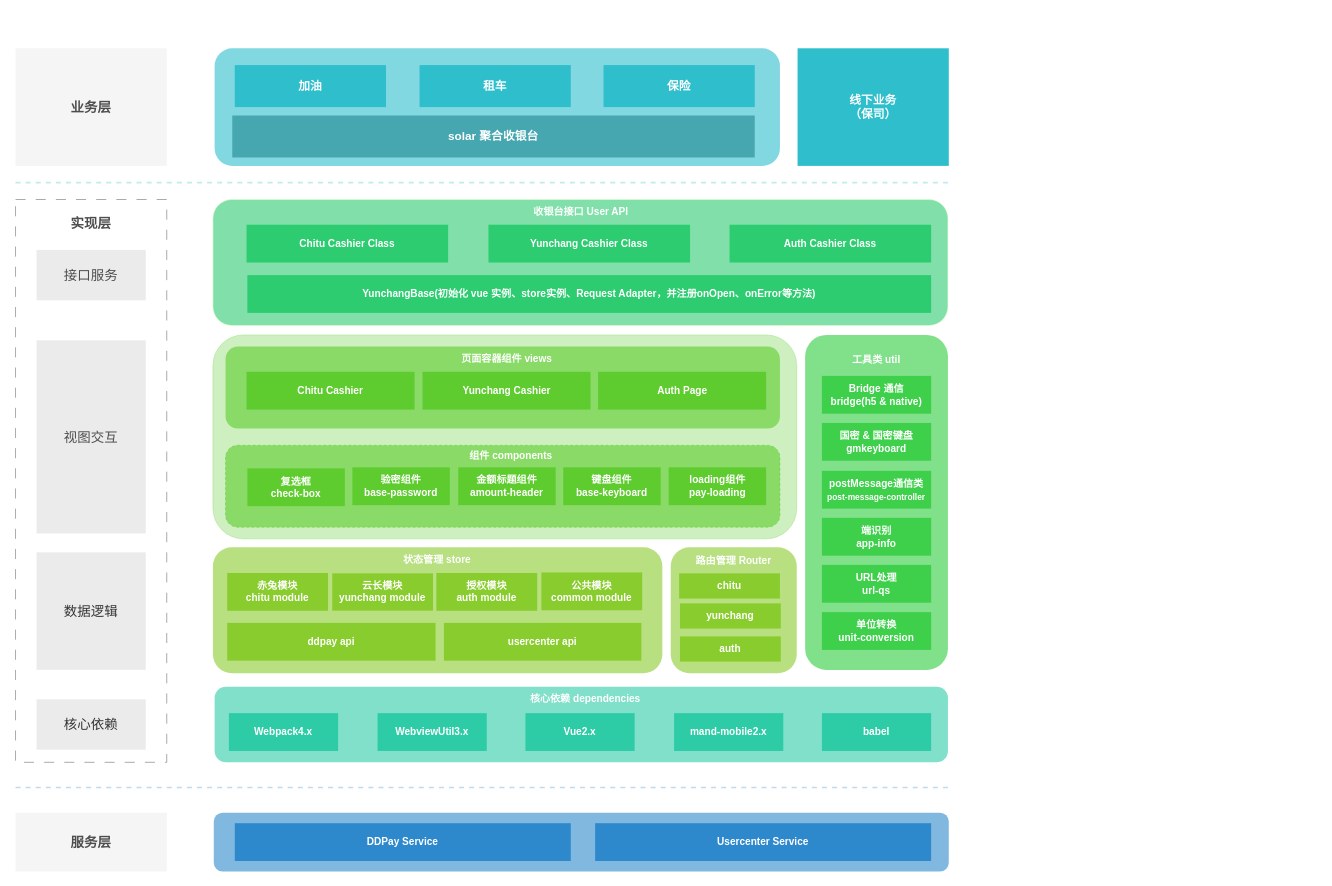
Earlier version of the draw.io diagram book/未命名绘图.drawio (chengkj99/book). Source tidied: cells renumbered, new cells numbered last; positions are measured from the earlier drawing's top-left corner, leaving out a move shared by most shapes. Both pictures are drawn from the tidied source at 84%, with x=0, y=0 at pixel (15, 48).
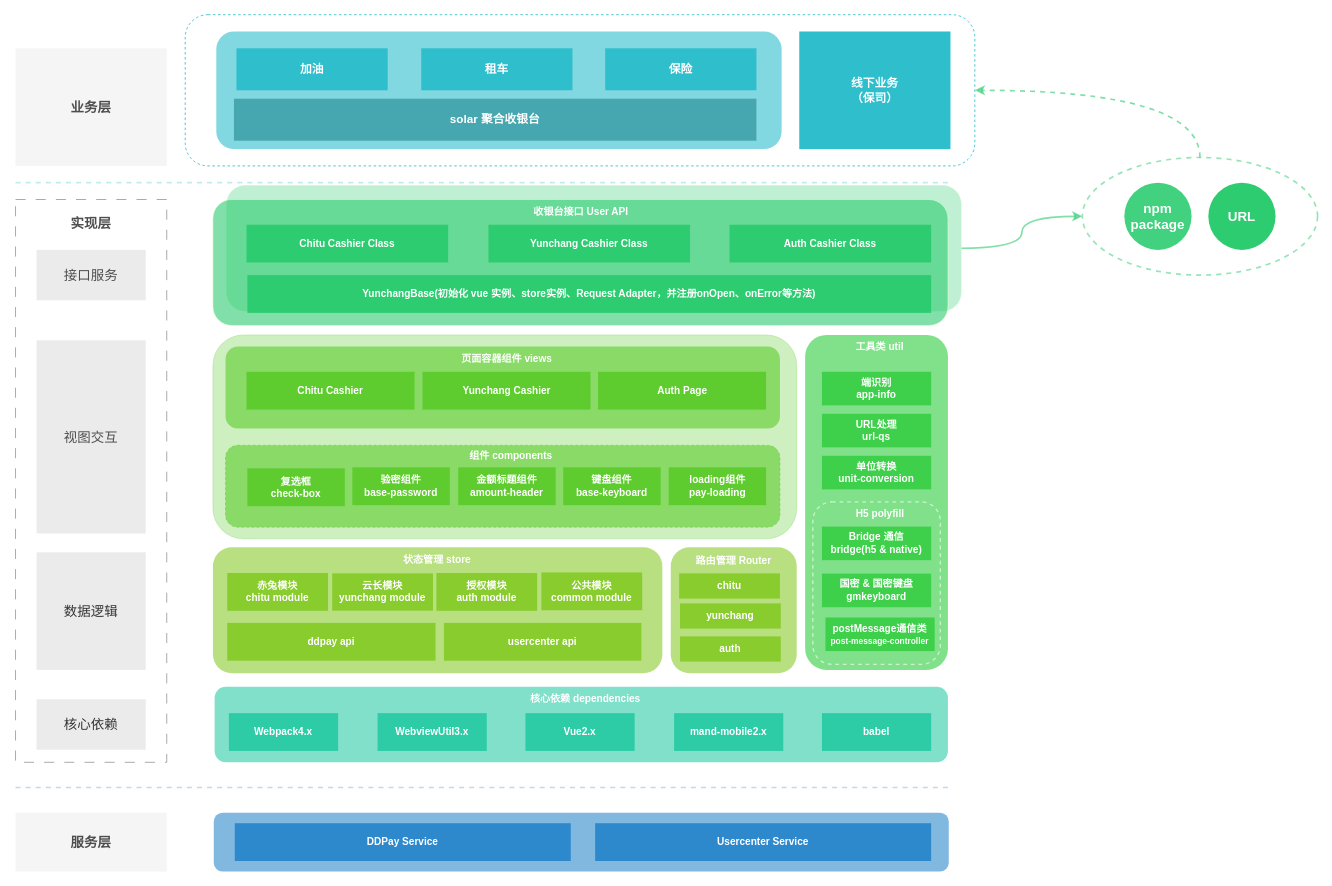
The same page after the edit.

The edit, as a diff of the source:
```diff
@@
+    <mxCell id="3" style="rounded=1;whiteSpace=wrap;html=1;fillColor=#2ecc3c;dashed=1;labelBackgroundColor=none;strokeColor=none;opacity=60;" parent="1" vertex="1">
+      <mxGeometry x="940" y="341.2" width="170" height="398.8" as="geometry" />
+    </mxCell>
+    <mxCell id="68" style="rounded=1;whiteSpace=wrap;html=1;fillColor=none;dashed=1;labelBackgroundColor=none;strokeColor=#FFFFFF;opacity=60;strokeWidth=1.5;" parent="1" vertex="1">
+      <mxGeometry x="949.2" y="540" width="151.7" height="193.5" as="geometry" />
+    </mxCell>
+    <mxCell id="69" style="rounded=1;whiteSpace=wrap;html=1;fillColor=none;dashed=1;strokeColor=#2EBECC;" parent="1" vertex="1">
+      <mxGeometry x="202" y="-40" width="940" height="180" as="geometry" />
+    </mxCell>
+    <mxCell id="70" style="edgeStyle=orthogonalEdgeStyle;rounded=0;jettySize=auto;html=1;exitX=0.5;exitY=0;exitDx=0;exitDy=0;entryX=1;entryY=0.5;entryDx=0;entryDy=0;curved=1;strokeColor=#2ECC71;dashed=1;strokeWidth=2;opacity=60;" parent="1" edge="1" source="71" target="69">
+      <mxGeometry relative="1" as="geometry" />
+    </mxCell>
+    <mxCell id="71" style="ellipse;whiteSpace=wrap;html=1;fillColor=none;dashed=1;strokeColor=#2ECC71;fontColor=#2ECC71;opacity=50;strokeWidth=2;" parent="1" vertex="1">
+      <mxGeometry x="1270" y="130" width="280" height="140" as="geometry" />
+    </mxCell>
+    <mxCell id="72" style="edgeStyle=orthogonalEdgeStyle;rounded=0;jettySize=auto;html=1;exitX=1;exitY=0.5;exitDx=0;exitDy=0;strokeColor=#2ECC71;entryX=0;entryY=0.5;entryDx=0;entryDy=0;curved=1;strokeWidth=2;opacity=60;" parent="1" edge="1" source="73" target="71">
+      <mxGeometry relative="1" as="geometry" />
+    </mxCell>
+    <mxCell id="73" style="rounded=1;whiteSpace=wrap;html=1;fillColor=#2ECC71;labelBackgroundColor=none;strokeColor=#E6FFCC;opacity=30;fontColor=#FFFFFF;fontStyle=1;" parent="1" vertex="1">
+      <mxGeometry x="251" y="163" width="875" height="150" as="geometry" />
+    </mxCell>
     <mxCell id="2" style="rounded=1;whiteSpace=wrap;html=1;fillColor=#2ebecc;dashed=1;labelBackgroundColor=none;strokeColor=none;opacity=60;" parent="1" vertex="1">
-      <mxGeometry x="237" width="673" height="140" as="geometry" />
+      <mxGeometry x="239" y="-20" width="673" height="140" as="geometry" />
     </mxCell>
-    <mxCell id="3" style="rounded=1;whiteSpace=wrap;html=1;fillColor=#2ecc3c;dashed=1;labelBackgroundColor=none;strokeColor=none;opacity=60;" parent="1" vertex="1">
-      <mxGeometry x="940" y="341.2" width="170" height="398.8" as="geometry" />
-    </mxCell>
     <mxCell id="4" value="工具类 util" style="text;html=1;strokeColor=none;fillColor=none;align=center;verticalAlign=middle;whiteSpace=wrap;rounded=0;labelBackgroundColor=none;fontColor=#FFFFFF;fontStyle=1;" parent="1" vertex="1">
-      <mxGeometry x="995" y="356.1" width="60" height="30" as="geometry" />
+      <mxGeometry x="999.2" y="341.2" width="60" height="30" as="geometry" />
     </mxCell>
     <mxCell id="5" value="国密 &amp;amp; 国密键盘&lt;br&gt;gmkeyboard" style="rounded=0;whiteSpace=wrap;html=1;labelBackgroundColor=none;fontColor=#FFFFFF;fontStyle=1;fillColor=#2ecc3c;strokeColor=none;opacity=80;" parent="1" vertex="1">
-      <mxGeometry x="960" y="446" width="130" height="45" as="geometry" />
+      <mxGeometry x="960" y="625.4" width="130" height="40" as="geometry" />
     </mxCell>
     <mxCell id="6" value="postMessage通信类&lt;br&gt;&lt;font style=&quot;font-size: 10px;&quot;&gt;post-message-controller&lt;/font&gt;" style="rounded=0;whiteSpace=wrap;html=1;labelBackgroundColor=none;fontColor=#FFFFFF;fontStyle=1;fillColor=#2ecc3c;strokeColor=none;opacity=80;" parent="1" vertex="1">
-      <mxGeometry x="960" y="503" width="130" height="45" as="geometry" />
+      <mxGeometry x="964.2" y="677.6" width="130" height="40" as="geometry" />
     </mxCell>
     <mxCell id="7" value="端识别&lt;br&gt;app-info" style="rounded=0;whiteSpace=wrap;html=1;labelBackgroundColor=none;fontColor=#FFFFFF;fontStyle=1;fillColor=#2ecc3c;strokeColor=none;opacity=80;" parent="1" vertex="1">
-      <mxGeometry x="960" y="559" width="130" height="45" as="geometry" />
+      <mxGeometry x="960" y="385.1" width="130" height="40" as="geometry" />
     </mxCell>
     <mxCell id="8" value="单位转换&lt;br&gt;unit-conversion" style="rounded=0;whiteSpace=wrap;html=1;labelBackgroundColor=none;fontColor=#FFFFFF;fontStyle=1;fillColor=#2ecc3c;strokeColor=none;opacity=80;" parent="1" vertex="1">
-      <mxGeometry x="960" y="671.2" width="130" height="45" as="geometry" />
+      <mxGeometry x="960" y="485.1" width="130" height="40" as="geometry" />
     </mxCell>
     <mxCell id="9" value="URL处理&lt;br&gt;url-qs" style="rounded=0;whiteSpace=wrap;html=1;labelBackgroundColor=none;fontColor=#FFFFFF;fontStyle=1;fillColor=#2ecc3c;strokeColor=none;opacity=80;" parent="1" vertex="1">
-      <mxGeometry x="960" y="615" width="130" height="45" as="geometry" />
+      <mxGeometry x="960" y="435.1" width="130" height="40" as="geometry" />
     </mxCell>
@@
     <mxCell id="16" value="加油" style="rounded=0;whiteSpace=wrap;html=1;labelBackgroundColor=none;fillColor=#2ebecc;strokeColor=none;fontSize=14;fontStyle=1;fontColor=#FFFFFF;" parent="1" vertex="1">
-      <mxGeometry x="261" y="20" width="180" height="50" as="geometry" />
+      <mxGeometry x="263" width="180" height="50" as="geometry" />
     </mxCell>
     <mxCell id="17" value="租车" style="rounded=0;whiteSpace=wrap;html=1;labelBackgroundColor=none;fillColor=#2ebecc;strokeColor=none;fontSize=14;fontStyle=1;fontColor=#FFFFFF;" parent="1" vertex="1">
-      <mxGeometry x="481" y="20" width="180" height="50" as="geometry" />
+      <mxGeometry x="483" width="180" height="50" as="geometry" />
     </mxCell>
     <mxCell id="18" value="保险" style="rounded=0;whiteSpace=wrap;html=1;labelBackgroundColor=none;fillColor=#2ebecc;strokeColor=none;fontSize=14;fontStyle=1;fontColor=#FFFFFF;" parent="1" vertex="1">
-      <mxGeometry x="700" y="20" width="180" height="50" as="geometry" />
+      <mxGeometry x="702" width="180" height="50" as="geometry" />
     </mxCell>
     <mxCell id="19" value="线下业务&lt;br&gt;（保司）" style="rounded=0;whiteSpace=wrap;html=1;labelBackgroundColor=none;fillColor=#2ebecc;strokeColor=none;fontSize=14;fontStyle=1;fontColor=#FFFFFF;" parent="1" vertex="1">
-      <mxGeometry x="931" width="180" height="140" as="geometry" />
+      <mxGeometry x="933" y="-20" width="180" height="140" as="geometry" />
     </mxCell>
@@
     <mxCell id="57" value="Bridge 通信&lt;br&gt;bridge(h5 &amp;amp; native)" style="rounded=0;whiteSpace=wrap;html=1;labelBackgroundColor=none;fontColor=#FFFFFF;fontStyle=1;fillColor=#2ecc3c;strokeColor=none;opacity=80;" parent="1" vertex="1">
-      <mxGeometry x="960" y="390" width="130" height="45" as="geometry" />
+      <mxGeometry x="960" y="569.4" width="130" height="40" as="geometry" />
     </mxCell>
@@
     <mxCell id="63" value="solar 聚合收银台" style="rounded=0;whiteSpace=wrap;html=1;labelBackgroundColor=none;fillColor=#218791;strokeColor=none;fontSize=14;fontStyle=1;fontColor=#FFFFFF;opacity=60;" parent="1" vertex="1">
-      <mxGeometry x="258" y="80" width="622" height="50" as="geometry" />
+      <mxGeometry x="260" y="60" width="622" height="50" as="geometry" />
     </mxCell>
@@
+    <mxCell id="74" value="npm package" style="ellipse;whiteSpace=wrap;html=1;strokeColor=none;fillColor=#2ECC71;fontColor=#FFFFFF;fontSize=16;opacity=90;fontStyle=1;" parent="1" vertex="1">
+      <mxGeometry x="1320" y="160" width="80" height="80" as="geometry" />
+    </mxCell>
+    <mxCell id="75" value="URL" style="ellipse;whiteSpace=wrap;html=1;strokeColor=none;fillColor=#2ECC71;fontColor=#FFFFFF;fontSize=16;fontStyle=1;gradientColor=none;" parent="1" vertex="1">
+      <mxGeometry x="1420" y="160" width="80" height="80" as="geometry" />
+    </mxCell>
+    <mxCell id="76" value="H5 polyfill" style="text;html=1;strokeColor=none;fillColor=none;align=center;verticalAlign=middle;whiteSpace=wrap;rounded=0;labelBackgroundColor=none;fontColor=#FFFFFF;fontStyle=1;" parent="1" vertex="1">
+      <mxGeometry x="986.7" y="539.4" width="85" height="30" as="geometry" />
+    </mxCell>
```
